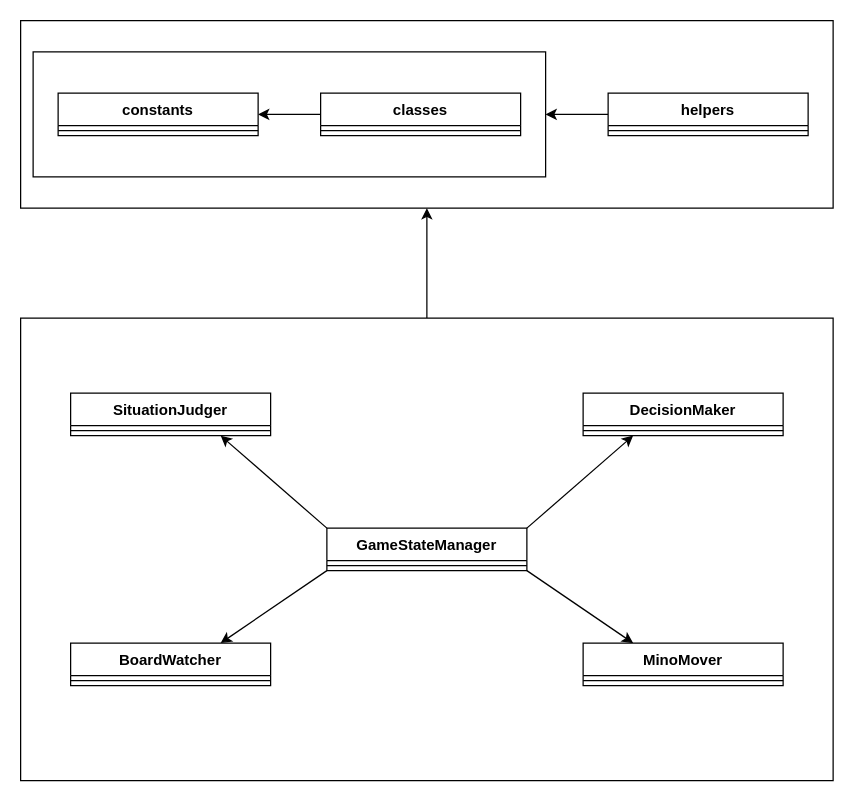
The draw.io diagram class.drawio in porink0424/py-tris, before the edit. Source tidied: cells renumbered, new cells numbered last; positions are measured from the earlier drawing's top-left corner, leaving out a move shared by most shapes. Both pictures are drawn from the tidied source at 125%, with x=0, y=0 at pixel (20, 20).
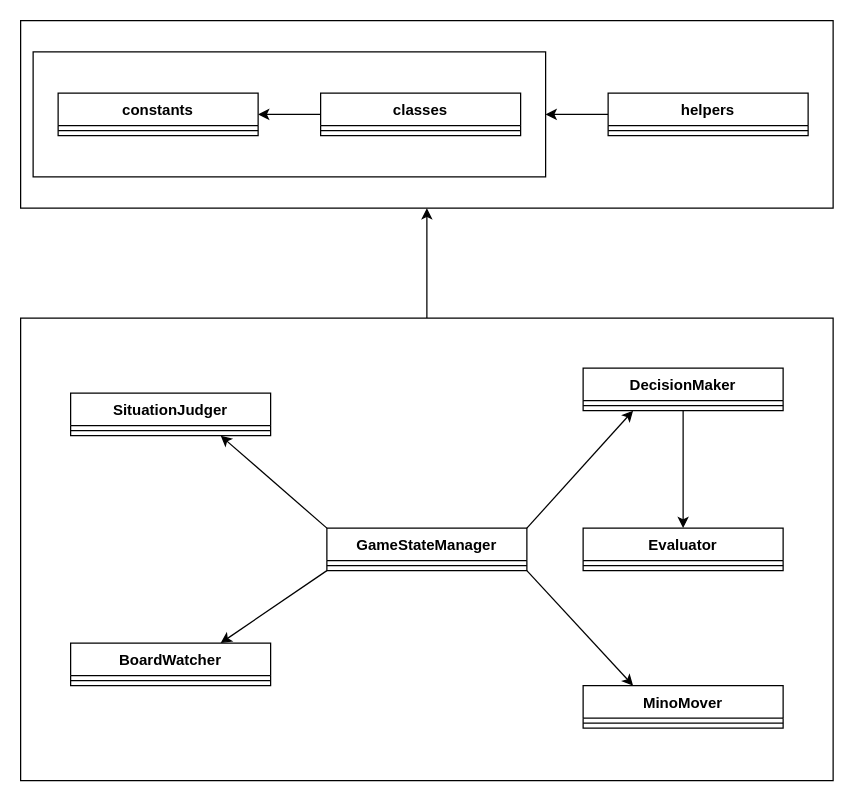
After the change.

Change to the diagram source:
```diff
@@
+    <mxCell id="28" style="edgeStyle=none;html=1;exitX=0.5;exitY=1;exitDx=0;exitDy=0;entryX=0.5;entryY=0;entryDx=0;entryDy=0;" parent="1" edge="1" source="24" target="29">
+      <mxGeometry relative="1" as="geometry" />
+    </mxCell>
     <mxCell id="24" value="DecisionMaker" style="swimlane;fontStyle=1;align=center;verticalAlign=top;horizontal=1;startSize=26;" parent="1" vertex="1">
-      <mxGeometry x="450" y="298" width="160" height="34" as="geometry" />
+      <mxGeometry x="450" y="278" width="160" height="34" as="geometry" />
     </mxCell>
@@
     <mxCell id="26" value="MinoMover" style="swimlane;fontStyle=1;align=center;verticalAlign=top;horizontal=1;startSize=26;" parent="1" vertex="1">
-      <mxGeometry x="450" y="498" width="160" height="34" as="geometry" />
+      <mxGeometry x="450" y="532" width="160" height="34" as="geometry" />
     </mxCell>
@@
+    <mxCell id="29" value="Evaluator&#10;" style="swimlane;fontStyle=1;align=center;verticalAlign=top;horizontal=1;startSize=26;" parent="1" vertex="1">
+      <mxGeometry x="450" y="406" width="160" height="34" as="geometry" />
+    </mxCell>
+    <mxCell id="30" style="line;strokeWidth=1;fillColor=none;align=left;verticalAlign=middle;spacingTop=-1;spacingLeft=3;spacingRight=3;labelPosition=right;" parent="29" vertex="1">
+      <mxGeometry y="26" width="160" height="8" as="geometry" />
+    </mxCell>
```
